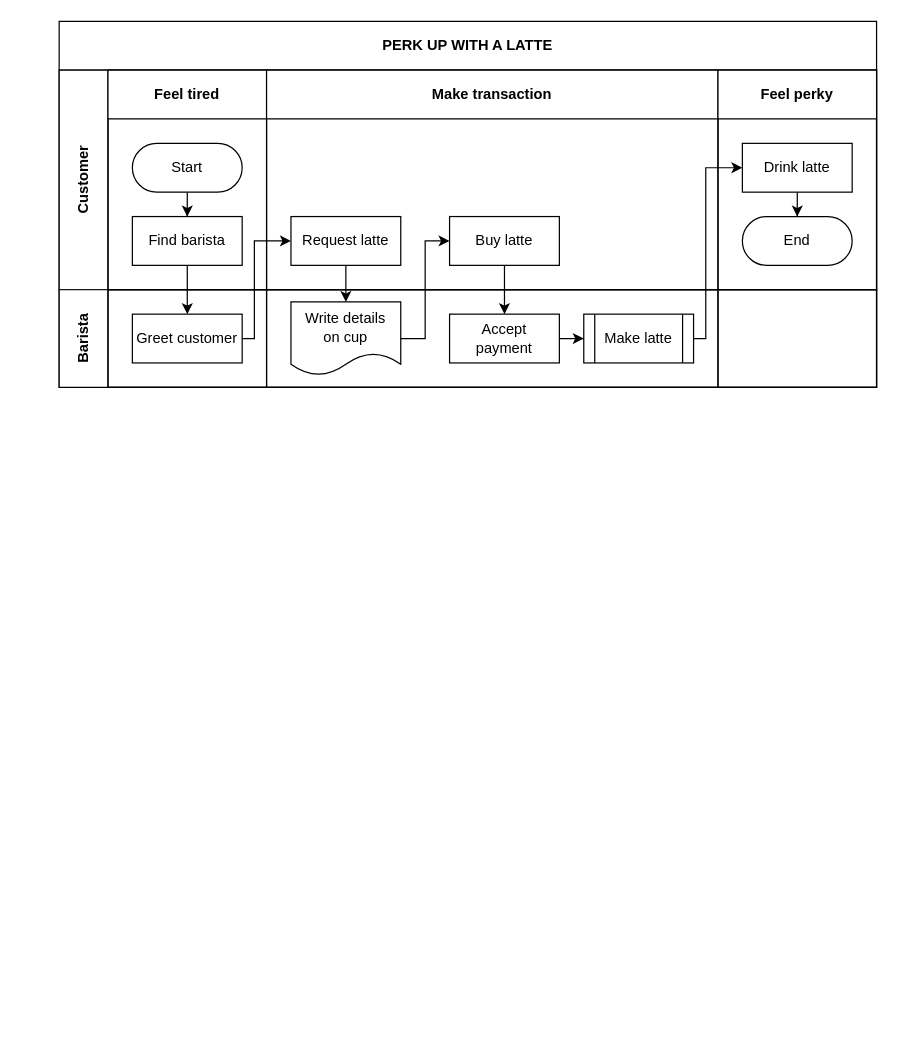
Above: Untitled Diagram.drawio in kk-12138/books (draw.io), before the change. Source tidied: cells renumbered, new cells numbered last; positions are measured from the earlier drawing's top-left corner, leaving out a move shared by most shapes. Both pictures are drawn from the tidied source at 122%, with x=0, y=0 at pixel (59, 21).
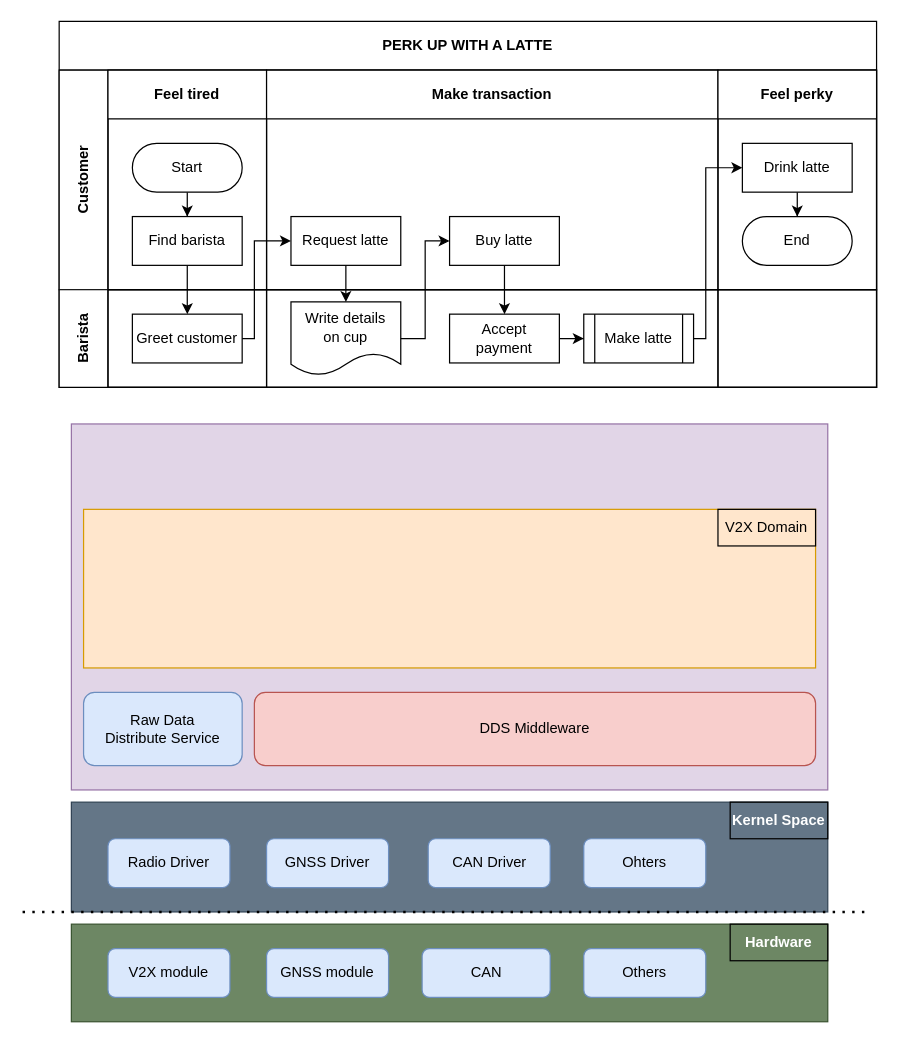
Above is the later version.

What changed in the source:
```diff
@@
+    <mxCell id="30" style="rounded=0;whiteSpace=wrap;html=1;fillColor=#e1d5e7;strokeColor=#9673a6;shadow=0;" parent="1" vertex="1">
+      <mxGeometry x="10" y="330" width="620" height="300" as="geometry" />
+    </mxCell>
@@
+    <mxCell id="31" style="rounded=0;whiteSpace=wrap;html=1;shadow=0;fillColor=#647687;strokeColor=#314354;fontColor=#ffffff;" parent="1" vertex="1">
+      <mxGeometry x="10" y="640" width="620" height="90" as="geometry" />
+    </mxCell>
+    <mxCell id="32" value="Radio Driver" style="rounded=1;whiteSpace=wrap;html=1;shadow=0;fillColor=#dae8fc;strokeColor=#6c8ebf;" parent="1" vertex="1">
+      <mxGeometry x="40" y="670" width="100" height="40" as="geometry" />
+    </mxCell>
+    <mxCell id="33" value="&lt;font color=&quot;#FFFFFF&quot;&gt;&lt;b&gt;Kernel Space&lt;/b&gt;&lt;/font&gt;" style="text;html=1;fillColor=none;align=center;verticalAlign=middle;whiteSpace=wrap;rounded=0;shadow=0;strokeColor=#000000;" parent="1" vertex="1">
+      <mxGeometry x="550" y="640" width="80" height="30" as="geometry" />
+    </mxCell>
+    <mxCell id="34" value="GNSS Driver" style="rounded=1;whiteSpace=wrap;html=1;shadow=0;fillColor=#dae8fc;strokeColor=#6c8ebf;" parent="1" vertex="1">
+      <mxGeometry x="170" y="670" width="100" height="40" as="geometry" />
+    </mxCell>
+    <mxCell id="35" value="CAN Driver" style="rounded=1;whiteSpace=wrap;html=1;shadow=0;fillColor=#dae8fc;strokeColor=#6c8ebf;" parent="1" vertex="1">
+      <mxGeometry x="302.5" y="670" width="100" height="40" as="geometry" />
+    </mxCell>
+    <mxCell id="36" value="Ohters" style="rounded=1;whiteSpace=wrap;html=1;shadow=0;fillColor=#dae8fc;strokeColor=#6c8ebf;" parent="1" vertex="1">
+      <mxGeometry x="430" y="670" width="100" height="40" as="geometry" />
+    </mxCell>
+    <mxCell id="37" style="rounded=0;whiteSpace=wrap;html=1;shadow=0;strokeColor=#3A5431;fillColor=#6d8764;fontColor=#ffffff;" parent="1" vertex="1">
+      <mxGeometry x="10" y="740" width="620" height="80" as="geometry" />
+    </mxCell>
+    <mxCell id="38" value="&lt;b&gt;&lt;font color=&quot;#FFFFFF&quot;&gt;Hardware&lt;/font&gt;&lt;/b&gt;" style="text;html=1;fillColor=none;align=center;verticalAlign=middle;whiteSpace=wrap;rounded=0;shadow=0;strokeColor=#000000;" parent="1" vertex="1">
+      <mxGeometry x="550" y="740" width="80" height="30" as="geometry" />
+    </mxCell>
+    <mxCell id="39" value="V2X module" style="rounded=1;whiteSpace=wrap;html=1;shadow=0;fillColor=#dae8fc;strokeColor=#6c8ebf;" parent="1" vertex="1">
+      <mxGeometry x="40" y="760" width="100" height="40" as="geometry" />
+    </mxCell>
+    <mxCell id="40" value="GNSS module" style="rounded=1;whiteSpace=wrap;html=1;shadow=0;fillColor=#dae8fc;strokeColor=#6c8ebf;" parent="1" vertex="1">
+      <mxGeometry x="170" y="760" width="100" height="40" as="geometry" />
+    </mxCell>
+    <mxCell id="41" value="CAN" style="rounded=1;whiteSpace=wrap;html=1;shadow=0;fillColor=#dae8fc;strokeColor=#6c8ebf;" parent="1" vertex="1">
+      <mxGeometry x="297.5" y="760" width="105" height="40" as="geometry" />
+    </mxCell>
+    <mxCell id="42" value="Others" style="rounded=1;whiteSpace=wrap;html=1;shadow=0;fillColor=#dae8fc;strokeColor=#6c8ebf;" parent="1" vertex="1">
+      <mxGeometry x="430" y="760" width="100" height="40" as="geometry" />
+    </mxCell>
+    <mxCell id="43" style="endArrow=none;dashed=1;html=1;dashPattern=1 3;strokeWidth=2;anchorPointDirection=0;noJump=1;" parent="1" edge="1">
+      <mxGeometry relative="1" as="geometry">
+        <mxPoint x="-30" y="730" as="sourcePoint" />
+        <mxPoint x="660" y="730" as="targetPoint" />
+      </mxGeometry>
+    </mxCell>
+    <mxCell id="44" value="&lt;div&gt;Raw Data&lt;/div&gt;&lt;div&gt;Distribute Service&lt;/div&gt;" style="rounded=1;whiteSpace=wrap;html=1;shadow=0;strokeColor=#6c8ebf;fillColor=#dae8fc;" parent="1" vertex="1">
+      <mxGeometry x="20" y="550" width="130" height="60" as="geometry" />
+    </mxCell>
+    <mxCell id="45" value="DDS Middleware" style="rounded=1;whiteSpace=wrap;html=1;shadow=0;strokeColor=#b85450;fillColor=#f8cecc;" parent="1" vertex="1">
+      <mxGeometry x="160" y="550" width="460" height="60" as="geometry" />
+    </mxCell>
+    <mxCell id="46" style="rounded=0;whiteSpace=wrap;html=1;shadow=0;strokeColor=#d79b00;fillColor=#ffe6cc;" parent="1" vertex="1">
+      <mxGeometry x="20" y="400" width="600" height="130" as="geometry" />
+    </mxCell>
+    <mxCell id="47" value="V2X Domain" style="text;html=1;fillColor=none;align=center;verticalAlign=middle;whiteSpace=wrap;rounded=0;shadow=0;strokeColor=#000000;" parent="1" vertex="1">
+      <mxGeometry x="540" y="400" width="80" height="30" as="geometry" />
+    </mxCell>
```
